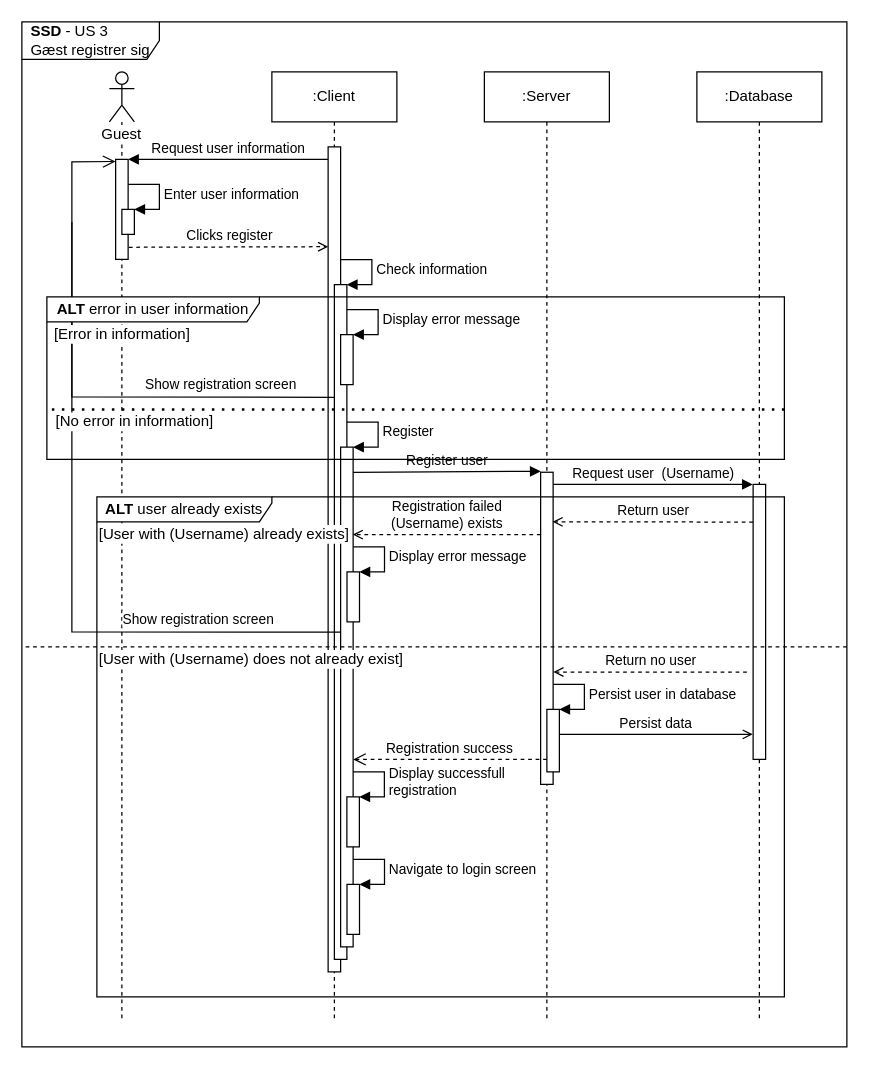
Above: page "SSD" (1 of 2) of diagrams/arkitektur/US3_register.drawio in Macradon/I7BAC-PlugNPlay (draw.io), before the change. Source tidied: cells renumbered, new cells numbered last; positions are measured from the earlier drawing's top-left corner, leaving out a move shared by most shapes. Both pictures are drawn from the tidied source at 125%, with x=0, y=0 at pixel (21, 21).
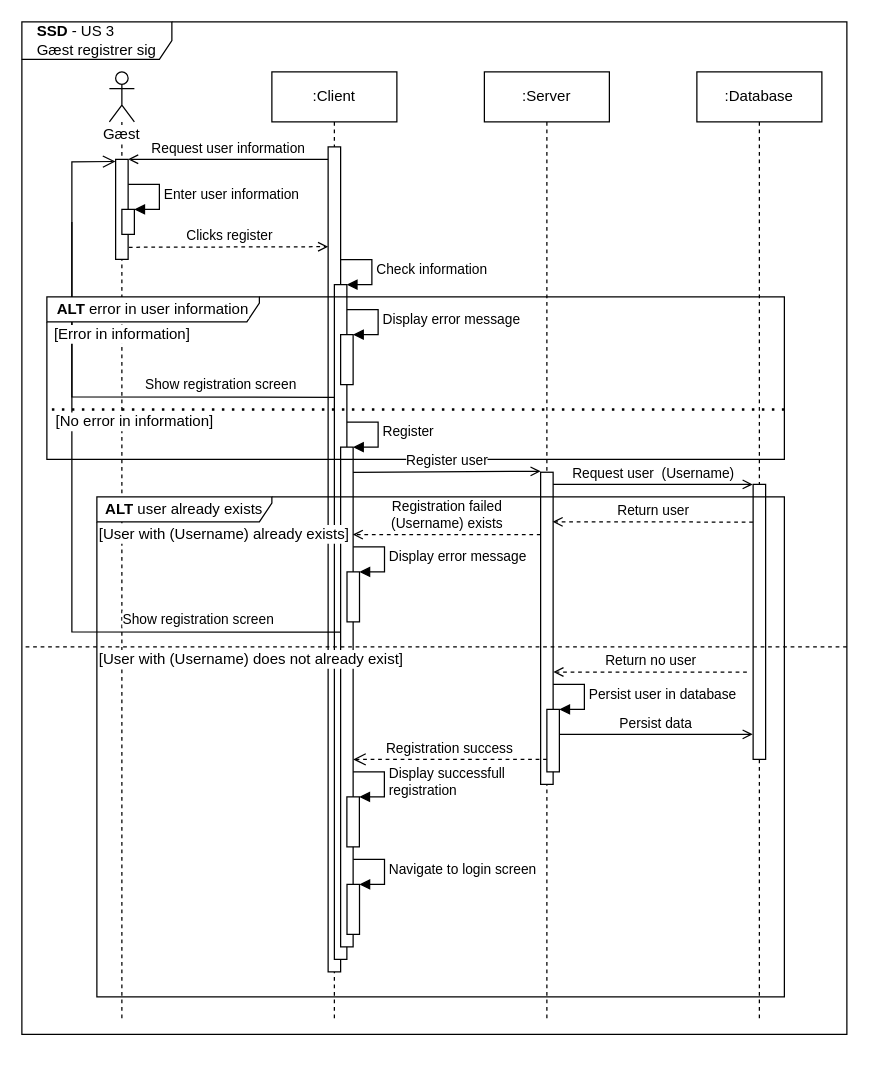
Above is the later version.

Unchanged cells that the change refers to:
```xml
<mxCell id="4" style="html=1;points=[];perimeter=orthogonalPerimeter;labelBackgroundColor=#ffffff;" parent="1" vertex="1">
  <mxGeometry x="415" y="360.3" width="10" height="249.7" as="geometry" />
</mxCell>
<mxCell id="26" style="html=1;points=[];perimeter=orthogonalPerimeter;labelBackgroundColor=#ffffff;" parent="1" vertex="1">
  <mxGeometry x="75" y="110" width="10" height="80" as="geometry" />
</mxCell>
<mxCell id="28" style="html=1;points=[];perimeter=orthogonalPerimeter;labelBackgroundColor=#ffffff;" parent="1" vertex="1">
  <mxGeometry x="585" y="370" width="10" height="220" as="geometry" />
</mxCell>
```

Diff of the diagram source:
```diff
@@
-    <mxCell id="2" value="&lt;div style=&quot;text-align: left&quot;&gt;&lt;b&gt;SSD&lt;/b&gt; - US 3&lt;/div&gt;&lt;div style=&quot;text-align: left&quot;&gt;Gæst registrer sig&lt;/div&gt;" style="shape=umlFrame;whiteSpace=wrap;html=1;labelBackgroundColor=none;width=110;height=30;" parent="1" vertex="1">
-      <mxGeometry width="660" height="820" as="geometry" />
+    <mxCell id="2" value="&lt;div style=&quot;text-align: left&quot;&gt;&lt;b&gt;SSD&lt;/b&gt; - US 3&lt;/div&gt;&lt;div style=&quot;text-align: left&quot;&gt;Gæst registrer sig&lt;/div&gt;" style="shape=umlFrame;whiteSpace=wrap;html=1;labelBackgroundColor=none;width=120;height=30;" parent="1" vertex="1">
+      <mxGeometry width="660" height="810" as="geometry" />
     </mxCell>
@@
-    <mxCell id="7" value="Guest" style="shape=umlLifeline;participant=umlActor;perimeter=lifelinePerimeter;whiteSpace=wrap;html=1;verticalAlign=top;spacingTop=36;labelBackgroundColor=#ffffff;" parent="1" vertex="1">
+    <mxCell id="7" value="Gæst" style="shape=umlLifeline;participant=umlActor;perimeter=lifelinePerimeter;whiteSpace=wrap;html=1;verticalAlign=top;spacingTop=36;labelBackgroundColor=#ffffff;" parent="1" vertex="1">
       <mxGeometry x="70" y="40" width="20" height="760" as="geometry" />
     </mxCell>
@@
-    <mxCell id="17" value="Register user" style="html=1;verticalAlign=bottom;endArrow=block;entryX=0.003;entryY=-0.003;entryDx=0;entryDy=0;entryPerimeter=0;" parent="1" edge="1" target="4">
-      <mxGeometry relative="1" as="geometry">
-        <mxPoint x="265" y="360.3" as="sourcePoint" />
-      </mxGeometry>
-    </mxCell>
@@
-    <mxCell id="31" value="Request user information" style="html=1;verticalAlign=bottom;endArrow=block;entryX=0.997;entryY=-0.001;entryDx=0;entryDy=0;entryPerimeter=0;" parent="1" edge="1" target="26">
+    <mxCell id="31" value="Request user information" style="html=1;verticalAlign=bottom;endArrow=open;entryX=0.997;entryY=-0.001;entryDx=0;entryDy=0;entryPerimeter=0;endFill=0;" parent="1" edge="1" target="26">
       <mxGeometry relative="1" as="geometry">
         <mxPoint x="245" y="110" as="sourcePoint" />
       </mxGeometry>
     </mxCell>
-    <mxCell id="32" value="Request user&amp;nbsp; (Username)" style="html=1;verticalAlign=bottom;endArrow=block;entryX=-0.029;entryY=0;entryDx=0;entryDy=0;entryPerimeter=0;" parent="1" edge="1" target="28">
+    <mxCell id="32" value="Request user&amp;nbsp; (Username)" style="html=1;verticalAlign=bottom;endArrow=open;entryX=-0.029;entryY=0;entryDx=0;entryDy=0;entryPerimeter=0;endFill=0;" parent="1" edge="1" target="28">
       <mxGeometry relative="1" as="geometry">
         <mxPoint x="425" y="370" as="sourcePoint" />
       </mxGeometry>
     </mxCell>
@@
+    <mxCell id="17" value="Register user" style="html=1;verticalAlign=bottom;endArrow=open;entryX=0.003;entryY=-0.003;entryDx=0;entryDy=0;entryPerimeter=0;endFill=0;" parent="1" edge="1" target="4">
+      <mxGeometry relative="1" as="geometry">
+        <mxPoint x="265" y="360.3" as="sourcePoint" />
+      </mxGeometry>
+    </mxCell>
```
